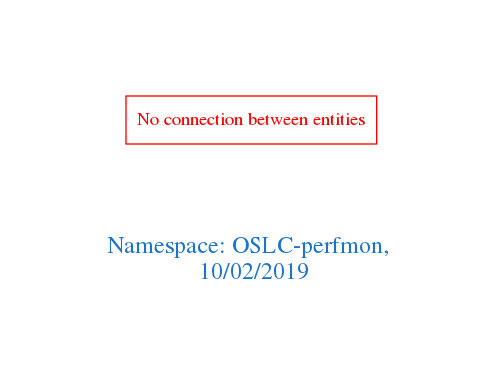
Earlier version of the Graphviz export downloads/OSLC-perfmon.png (arago/OGIT). Its source is kept beside it as downloads/OSLC-perfmon.dot.
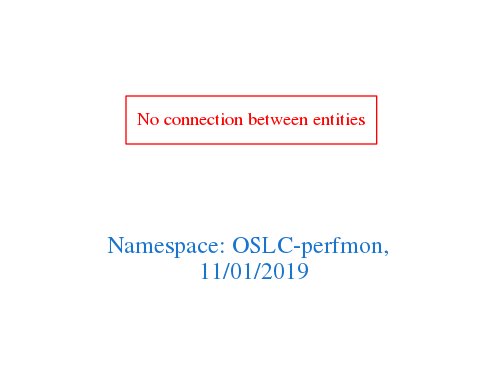
Above is the later version.

Change to the diagram source:
```diff
@@ -1,7 +1,7 @@
 digraph OGIT_ontology {
  graph [ rankdir= LR,pad=1
 fontsize = 18,
-fontcolor= dodgerblue3,label = "\n\n\nNamespace: OSLC-perfmon, \n 10/02/2019"];
+fontcolor= dodgerblue3,label = "\n\n\nNamespace: OSLC-perfmon, \n 11/01/2019"];
 node[shape=polygon];
 edge [  color="gray81"];
 
```
